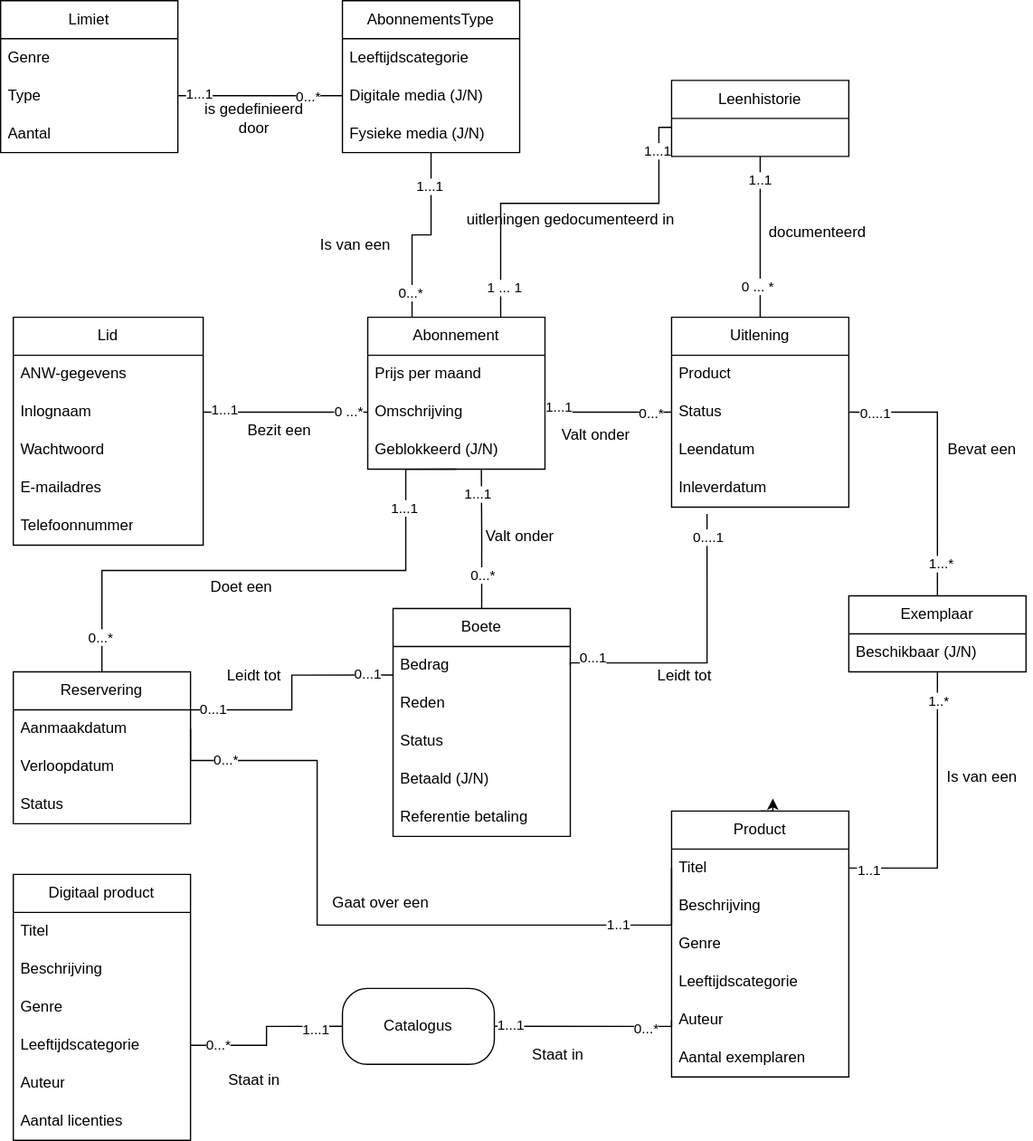
This is documents/domain-model/domain-model.svg from pieter-groenendijk/oose-library-management-system, a draw.io export, as it was before one commit. Source tidied: cells renumbered, new cells last; positions are measured from the earlier drawing's top-left corner, leaving out a move shared by most shapes.
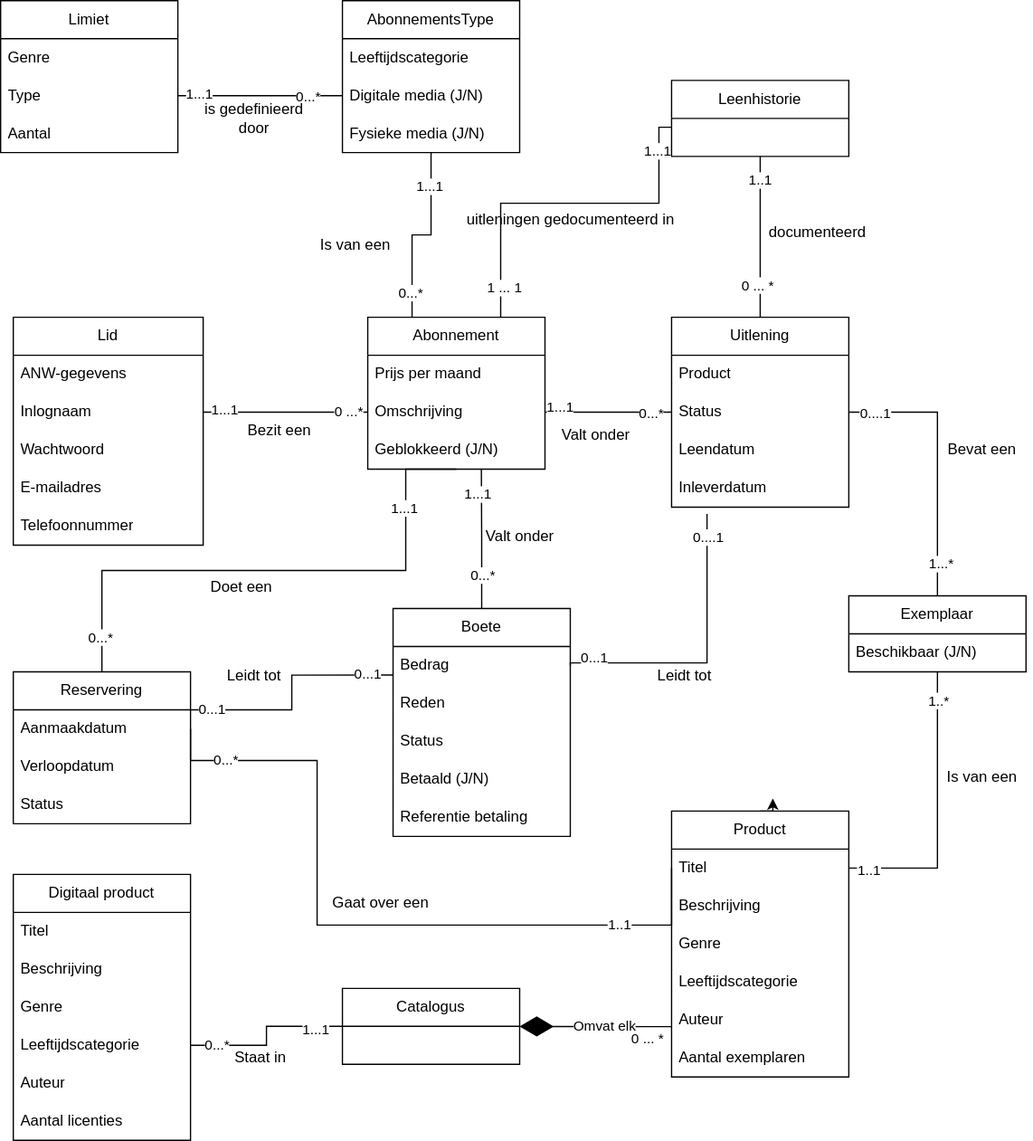
After the change.

Commit message:
Improved 'catalogus' concept, see domain-model-changes.md

What changed in the source:
```diff
@@ -269,20 +269,7 @@
     <mxCell id="80" value="1..*" style="edgeLabel;html=1;align=center;verticalAlign=middle;" parent="78" vertex="1">
       <mxGeometry x="0.8" y="-1" relative="1" as="geometry" />
     </mxCell>
-    <mxCell id="81" style="edgeStyle=orthogonalEdgeStyle;rounded=0;jettySize=auto;html=1;exitX=1;exitY=0.5;exitDx=0;exitDy=0;entryX=0;entryY=0.5;entryDx=0;entryDy=0;endArrow=none;endFill=0;" parent="1" edge="1" source="87" target="36">
-      <mxGeometry relative="1" as="geometry">
-        <Array as="points">
-          <mxPoint x="530" y="810" />
-        </Array>
-      </mxGeometry>
-    </mxCell>
-    <mxCell id="82" value="1...1" style="edgeLabel;html=1;align=center;verticalAlign=middle;" parent="81" vertex="1">
-      <mxGeometry x="-0.82" y="1" relative="1" as="geometry" />
-    </mxCell>
-    <mxCell id="83" value="0...*" style="edgeLabel;html=1;align=center;verticalAlign=middle;" parent="81" vertex="1">
-      <mxGeometry x="0.65" y="-2" relative="1" as="geometry" />
-    </mxCell>
-    <mxCell id="84" style="edgeStyle=orthogonalEdgeStyle;rounded=0;jettySize=auto;html=1;exitX=0;exitY=0.5;exitDx=0;exitDy=0;entryX=1;entryY=0.5;entryDx=0;entryDy=0;endArrow=none;endFill=0;" parent="1" edge="1" source="87" target="95">
+    <mxCell id="84" style="edgeStyle=orthogonalEdgeStyle;rounded=0;jettySize=auto;html=1;entryX=1;entryY=0.5;entryDx=0;entryDy=0;endArrow=none;endFill=0;" parent="1" edge="1" source="87" target="95">
       <mxGeometry relative="1" as="geometry" />
     </mxCell>
     <mxCell id="85" value="0...*" style="edgeLabel;html=1;align=center;verticalAlign=middle;" parent="84" vertex="1">
@@ -291,9 +278,6 @@
     <mxCell id="86" value="1...1" style="edgeLabel;html=1;align=center;verticalAlign=middle;" parent="84" vertex="1">
       <mxGeometry x="-0.69" y="3" relative="1" as="geometry" />
     </mxCell>
-    <mxCell id="87" value="Catalogus" style="rounded=1;whiteSpace=wrap;html=1;arcSize=33;" parent="1" vertex="1">
-      <mxGeometry x="270" y="780" width="120" height="60" as="geometry" />
-    </mxCell>
     <mxCell id="88" style="edgeStyle=orthogonalEdgeStyle;rounded=0;jettySize=auto;html=1;exitX=1;exitY=0.5;exitDx=0;exitDy=0;entryX=0;entryY=0.5;entryDx=0;entryDy=0;endArrow=none;endFill=0;" parent="1" edge="1" source="47" target="20">
       <mxGeometry relative="1" as="geometry" />
     </mxCell>
@@ -352,11 +336,8 @@
       <mxGeometry x="250" y="698" width="100" height="30" as="geometry" />
     </mxCell>
     <mxCell id="107" value="Staat in" style="text;html=1;align=center;verticalAlign=middle;strokeColor=none;fillColor=none;" parent="1" vertex="1">
-      <mxGeometry x="170" y="838" width="60" height="30" as="geometry" />
+      <mxGeometry x="175" y="820" width="60" height="30" as="geometry" />
     </mxCell>
-    <mxCell id="108" value="Staat in" style="text;html=1;align=center;verticalAlign=middle;strokeColor=none;fillColor=none;" parent="1" vertex="1">
-      <mxGeometry x="410" y="818" width="60" height="30" as="geometry" />
-    </mxCell>
     <mxCell id="109" value="Is van een" style="text;html=1;align=center;verticalAlign=middle;strokeColor=none;fillColor=none;" parent="1" vertex="1">
       <mxGeometry x="735" y="598" width="80" height="30" as="geometry" />
     </mxCell>
@@ -372,5 +353,19 @@
     <mxCell id="113" value="Leenhistorie" style="swimlane;fontStyle=0;horizontal=1;startSize=30;whiteSpace=wrap;html=1;" parent="1" vertex="1">
       <mxGeometry x="530" y="63" width="140" height="60" as="geometry" />
     </mxCell>
+    <mxCell id="87" value="&lt;div&gt;Catalogus&lt;/div&gt;" style="swimlane;fontStyle=0;horizontal=1;startSize=30;whiteSpace=wrap;html=1;" parent="1" vertex="1">
+      <mxGeometry x="270" y="780" width="140" height="60" as="geometry" />
+    </mxCell>
+    <mxCell id="114" style="endArrow=diamondThin;endFill=1;endSize=24;html=1;rounded=0;exitX=-0.001;exitY=0.673;exitDx=0;exitDy=0;exitPerimeter=0;" parent="1" edge="1" source="36" target="87">
+      <mxGeometry relative="1" as="geometry" />
+    </mxCell>
+    <mxCell id="115" value="Omvat elk" style="edgeLabel;html=1;align=center;verticalAlign=middle;" parent="114" vertex="1">
+      <mxGeometry x="-0.12" relative="1" as="geometry" />
+    </mxCell>
+    <mxCell id="116" value="0 ... *" style="edgeLabel;html=1;align=center;verticalAlign=middle;" parent="114" vertex="1">
+      <mxGeometry x="-0.86" relative="1" as="geometry">
+        <mxPoint x="-11" y="10" as="offset" />
+      </mxGeometry>
+    </mxCell>
   </root>
 </mxGraphModel>
```
